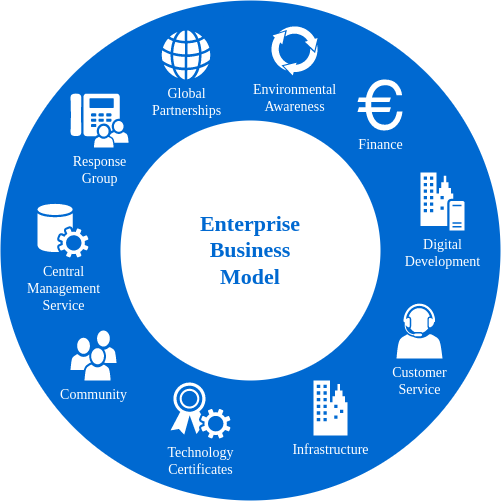
Before: Greenf.drawio.png, a diagram exported from draw.io (Mamu9/AI_Projects). Source tidied: cells renumbered, new cells last; positions are measured from the earlier drawing's top-left corner, leaving out a move shared by most shapes. The source it was exported from:
```xml
<mxGraphModel>
  <root>
    <mxCell id="0" />
    <mxCell id="1" parent="0" />
    <mxCell id="2" style="ellipse;whiteSpace=wrap;html=1;rounded=0;shadow=0;comic=0;strokeWidth=1;fontFamily=Verdana;fontSize=14;strokeColor=none;fillColor=#0069D1;" parent="1" vertex="1">
      <mxGeometry width="500" height="500" as="geometry" />
    </mxCell>
    <mxCell id="3" value="Enterprise&lt;div&gt;Business&lt;/div&gt;&lt;div&gt;Model&lt;/div&gt;" style="ellipse;whiteSpace=wrap;html=1;rounded=0;shadow=0;comic=0;strokeWidth=1;fontFamily=Verdana;fontSize=22;strokeColor=none;fillColor=#ffffff;fontColor=#0069D1;fontStyle=1;" parent="1" vertex="1">
      <mxGeometry x="120" y="120" width="260" height="260" as="geometry" />
    </mxCell>
    <mxCell id="4" value="Community" style="shadow=0;dashed=0;html=1;strokeColor=none;fillColor=#ffffff;labelPosition=center;verticalLabelPosition=bottom;verticalAlign=top;shape=mxgraph.office.users.users;rounded=0;comic=0;fontFamily=Verdana;fontSize=14;fontColor=#FFFFFF;" parent="1" vertex="1">
      <mxGeometry x="70" y="330" width="46" height="50" as="geometry" />
    </mxCell>
    <mxCell id="5" value="Customer&lt;div&gt;Service&lt;/div&gt;" style="shadow=0;dashed=0;html=1;strokeColor=none;fillColor=#ffffff;labelPosition=center;verticalLabelPosition=bottom;verticalAlign=top;shape=mxgraph.office.users.call_center_agent;rounded=0;comic=0;fontFamily=Verdana;fontSize=14;fontColor=#FFFFFF;" parent="1" vertex="1">
      <mxGeometry x="396" y="303" width="46" height="55" as="geometry" />
    </mxCell>
    <mxCell id="6" value="Response&lt;div&gt;Group&lt;/div&gt;" style="shadow=0;dashed=0;html=1;strokeColor=none;fillColor=#ffffff;labelPosition=center;verticalLabelPosition=bottom;verticalAlign=top;shape=mxgraph.office.users.response_group;rounded=0;comic=0;fontFamily=Verdana;fontSize=14;fontColor=#FFFFFF;" parent="1" vertex="1">
      <mxGeometry x="70" y="93" width="58" height="54" as="geometry" />
    </mxCell>
    <mxCell id="7" value="Central&lt;div&gt;Management&lt;/div&gt;&lt;div&gt;Service&lt;/div&gt;" style="shadow=0;dashed=0;html=1;strokeColor=none;fillColor=#ffffff;labelPosition=center;verticalLabelPosition=bottom;verticalAlign=top;shape=mxgraph.office.services.central_management_service;rounded=0;comic=0;fontFamily=Verdana;fontSize=14;fontColor=#FFFFFF;" parent="1" vertex="1">
      <mxGeometry x="37" y="203" width="51" height="54" as="geometry" />
    </mxCell>
    <mxCell id="8" value="Digital&lt;div&gt;Development&lt;/div&gt;" style="shadow=0;dashed=0;html=1;strokeColor=none;fillColor=#ffffff;labelPosition=center;verticalLabelPosition=bottom;verticalAlign=top;shape=mxgraph.office.servers.on_premises_server;rounded=0;comic=0;fontFamily=Verdana;fontSize=14;fontColor=#FFFFFF;" parent="1" vertex="1">
      <mxGeometry x="420" y="172" width="44" height="58" as="geometry" />
    </mxCell>
    <mxCell id="9" value="Technology&lt;div&gt;Certificates&lt;/div&gt;" style="shadow=0;dashed=0;html=1;strokeColor=none;fillColor=#ffffff;labelPosition=center;verticalLabelPosition=bottom;verticalAlign=top;shape=mxgraph.office.security.token_service;rounded=0;comic=0;fontFamily=Verdana;fontSize=14;fontColor=#FFFFFF;" parent="1" vertex="1">
      <mxGeometry x="170" y="382" width="60" height="56" as="geometry" />
    </mxCell>
    <mxCell id="10" value="Infrastructure" style="shadow=0;dashed=0;html=1;strokeColor=none;fillColor=#ffffff;labelPosition=center;verticalLabelPosition=bottom;verticalAlign=top;shape=mxgraph.office.concepts.on_premises;rounded=0;comic=0;fontFamily=Verdana;fontSize=14;fontColor=#FFFFFF;" parent="1" vertex="1">
      <mxGeometry x="313" y="380" width="34" height="55" as="geometry" />
    </mxCell>
    <mxCell id="11" value="Global&lt;div&gt;Partnerships&lt;/div&gt;" style="shadow=0;dashed=0;html=1;strokeColor=none;fillColor=#ffffff;labelPosition=center;verticalLabelPosition=bottom;verticalAlign=top;shape=mxgraph.office.concepts.globe_internet;rounded=0;comic=0;fontFamily=Verdana;fontSize=14;fontColor=#FFFFFF;" parent="1" vertex="1">
      <mxGeometry x="161" y="30" width="49" height="49" as="geometry" />
    </mxCell>
    <mxCell id="12" value="Environmental&lt;div&gt;Awareness&lt;/div&gt;" style="shadow=0;dashed=0;html=1;strokeColor=none;shape=mxgraph.mscae.general.continuous_cycle;fillColor=#ffffff;rounded=0;comic=0;fontFamily=Verdana;fontSize=14;fontColor=#FFFFFF;verticalAlign=top;labelPosition=center;verticalLabelPosition=bottom;align=center;" parent="1" vertex="1">
      <mxGeometry x="270" y="25" width="48" height="50" as="geometry" />
    </mxCell>
    <mxCell id="13" value="Finance" style="shape=mxgraph.signs.travel.euro;html=1;fillColor=#ffffff;strokeColor=none;verticalLabelPosition=bottom;verticalAlign=top;align=center;rounded=0;shadow=0;dashed=0;comic=0;fontFamily=Verdana;fontSize=14;fontColor=#FFFFFF;" parent="1" vertex="1">
      <mxGeometry x="357" y="79" width="45" height="51" as="geometry" />
    </mxCell>
  </root>
</mxGraphModel>
```
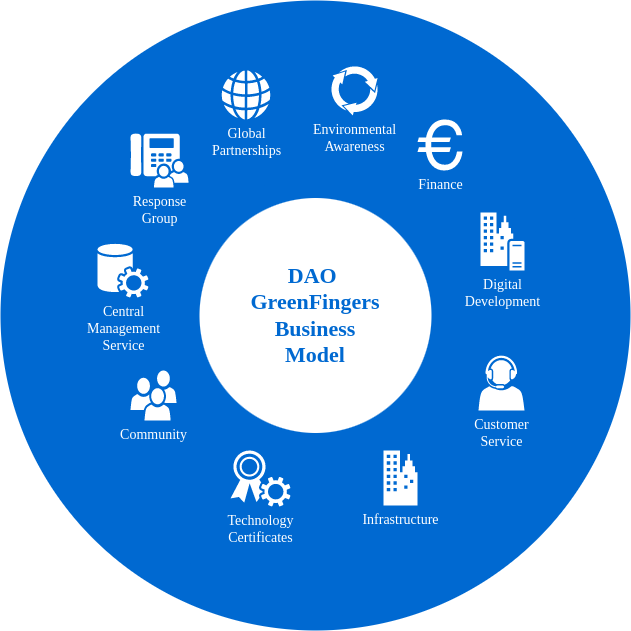
Later version of the same file.

Change to the diagram source:
```diff
@@ -3,16 +3,16 @@
     <mxCell id="0" />
     <mxCell id="1" parent="0" />
     <mxCell id="2" style="ellipse;whiteSpace=wrap;html=1;rounded=0;shadow=0;comic=0;strokeWidth=1;fontFamily=Verdana;fontSize=14;strokeColor=none;fillColor=#0069D1;" parent="1" vertex="1">
-      <mxGeometry width="500" height="500" as="geometry" />
+      <mxGeometry x="-60" y="-40" width="630" height="630" as="geometry" />
     </mxCell>
-    <mxCell id="3" value="Enterprise&lt;div&gt;Business&lt;/div&gt;&lt;div&gt;Model&lt;/div&gt;" style="ellipse;whiteSpace=wrap;html=1;rounded=0;shadow=0;comic=0;strokeWidth=1;fontFamily=Verdana;fontSize=22;strokeColor=none;fillColor=#ffffff;fontColor=#0069D1;fontStyle=1;" parent="1" vertex="1">
-      <mxGeometry x="120" y="120" width="260" height="260" as="geometry" />
+    <mxCell id="3" value="DAO &lt;br&gt;GreenFingers&lt;br&gt;&lt;span&gt;Business&lt;/span&gt;&lt;br&gt;&lt;div&gt;Model&lt;/div&gt;" style="ellipse;whiteSpace=wrap;html=1;rounded=0;shadow=0;comic=0;strokeWidth=1;fontFamily=Verdana;fontSize=22;strokeColor=none;fillColor=#ffffff;fontColor=#0069D1;fontStyle=1;" parent="1" vertex="1">
+      <mxGeometry x="139" y="157.5" width="232" height="235" as="geometry" />
     </mxCell>
     <mxCell id="4" value="Community" style="shadow=0;dashed=0;html=1;strokeColor=none;fillColor=#ffffff;labelPosition=center;verticalLabelPosition=bottom;verticalAlign=top;shape=mxgraph.office.users.users;rounded=0;comic=0;fontFamily=Verdana;fontSize=14;fontColor=#FFFFFF;" parent="1" vertex="1">
       <mxGeometry x="70" y="330" width="46" height="50" as="geometry" />
     </mxCell>
     <mxCell id="5" value="Customer&lt;div&gt;Service&lt;/div&gt;" style="shadow=0;dashed=0;html=1;strokeColor=none;fillColor=#ffffff;labelPosition=center;verticalLabelPosition=bottom;verticalAlign=top;shape=mxgraph.office.users.call_center_agent;rounded=0;comic=0;fontFamily=Verdana;fontSize=14;fontColor=#FFFFFF;" parent="1" vertex="1">
-      <mxGeometry x="396" y="303" width="46" height="55" as="geometry" />
+      <mxGeometry x="418" y="315" width="46" height="55" as="geometry" />
     </mxCell>
     <mxCell id="6" value="Response&lt;div&gt;Group&lt;/div&gt;" style="shadow=0;dashed=0;html=1;strokeColor=none;fillColor=#ffffff;labelPosition=center;verticalLabelPosition=bottom;verticalAlign=top;shape=mxgraph.office.users.response_group;rounded=0;comic=0;fontFamily=Verdana;fontSize=14;fontColor=#FFFFFF;" parent="1" vertex="1">
       <mxGeometry x="70" y="93" width="58" height="54" as="geometry" />
@@ -24,10 +24,10 @@
       <mxGeometry x="420" y="172" width="44" height="58" as="geometry" />
     </mxCell>
     <mxCell id="9" value="Technology&lt;div&gt;Certificates&lt;/div&gt;" style="shadow=0;dashed=0;html=1;strokeColor=none;fillColor=#ffffff;labelPosition=center;verticalLabelPosition=bottom;verticalAlign=top;shape=mxgraph.office.security.token_service;rounded=0;comic=0;fontFamily=Verdana;fontSize=14;fontColor=#FFFFFF;" parent="1" vertex="1">
-      <mxGeometry x="170" y="382" width="60" height="56" as="geometry" />
+      <mxGeometry x="170" y="410" width="60" height="56" as="geometry" />
     </mxCell>
     <mxCell id="10" value="Infrastructure" style="shadow=0;dashed=0;html=1;strokeColor=none;fillColor=#ffffff;labelPosition=center;verticalLabelPosition=bottom;verticalAlign=top;shape=mxgraph.office.concepts.on_premises;rounded=0;comic=0;fontFamily=Verdana;fontSize=14;fontColor=#FFFFFF;" parent="1" vertex="1">
-      <mxGeometry x="313" y="380" width="34" height="55" as="geometry" />
+      <mxGeometry x="323" y="410" width="34" height="55" as="geometry" />
     </mxCell>
     <mxCell id="11" value="Global&lt;div&gt;Partnerships&lt;/div&gt;" style="shadow=0;dashed=0;html=1;strokeColor=none;fillColor=#ffffff;labelPosition=center;verticalLabelPosition=bottom;verticalAlign=top;shape=mxgraph.office.concepts.globe_internet;rounded=0;comic=0;fontFamily=Verdana;fontSize=14;fontColor=#FFFFFF;" parent="1" vertex="1">
       <mxGeometry x="161" y="30" width="49" height="49" as="geometry" />
```
